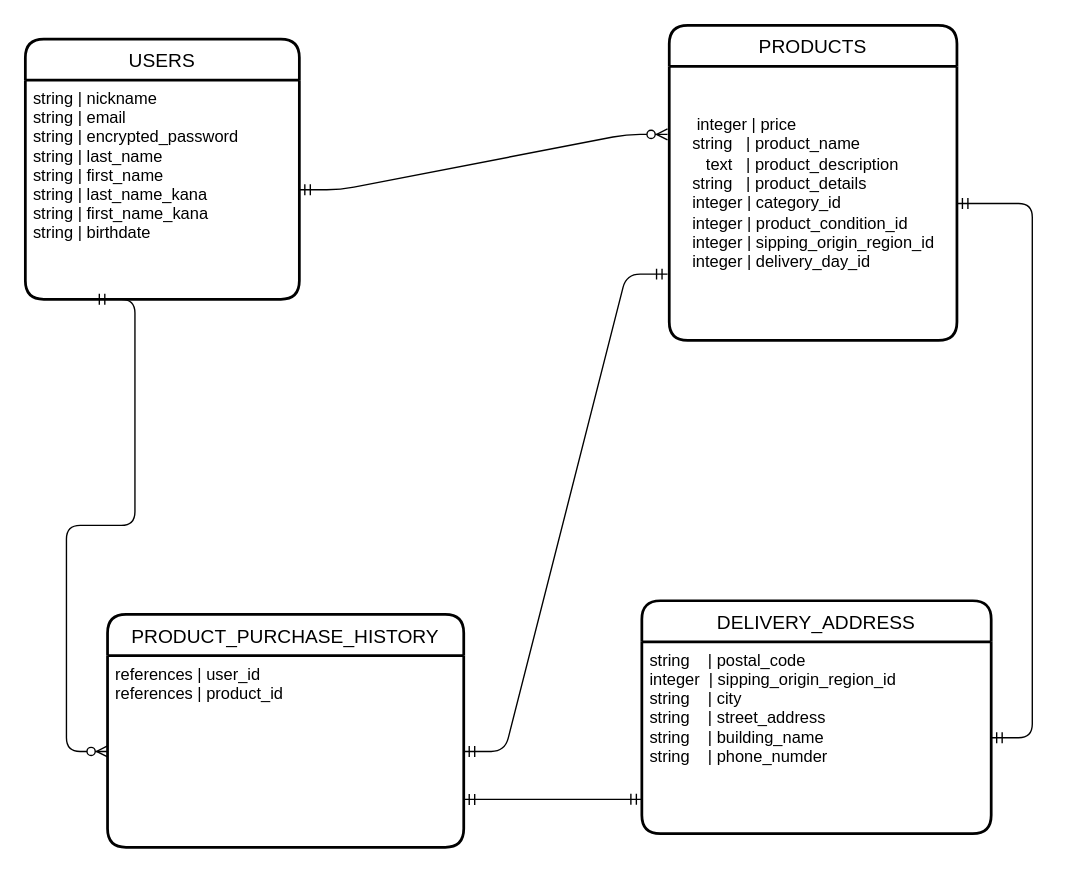
Above: フリマER図.dio in yasuhito1105/furima-41744 (draw.io), before the change. Source tidied: cells renumbered, new cells numbered last; positions are measured from the earlier drawing's top-left corner, leaving out a move shared by most shapes. Both pictures are drawn from the tidied source at 137%, with x=0, y=0 at pixel (25, 25).
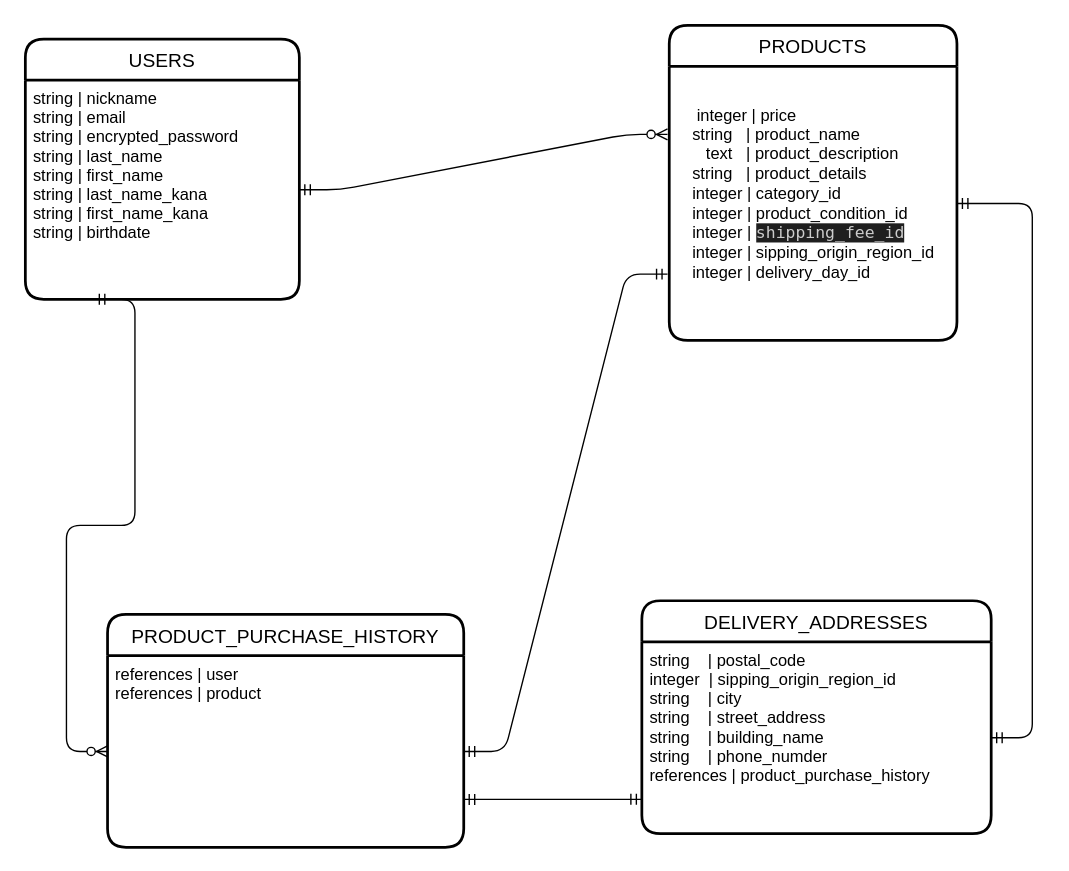
The same diagram, later.

Commit message (it also covers changes not shown here):
アソシエーションの追加とREADMEの編集改２

What changed in the source:
```diff
@@
 <mxGraphModel>
   <root>
     <mxCell id="0" />
     <mxCell id="1" parent="0" />
     <mxCell id="2" value="USERS" style="swimlane;horizontal=1;startSize=30;rounded=1;fontSize=14;fontStyle=0;strokeWidth=2;shadow=0;dashed=0;align=center;" parent="1" vertex="1">
       <mxGeometry y="10" width="200" height="190" as="geometry" />
     </mxCell>
     <mxCell id="3" value="string | nickname&#10;string | email&#10;string | encrypted_password&#10;string | last_name&#10;string | first_name&#10;string | last_name_kana&#10;string | first_name_kana&#10;string | birthdate   " style="align=left;strokeColor=none;fillColor=none;spacingLeft=4;fontSize=12;verticalAlign=top;" parent="2" vertex="1">
       <mxGeometry y="30" width="200" height="160" as="geometry" />
     </mxCell>
     <mxCell id="4" value="PRODUCT_PURCHASE_HISTORY" style="swimlane;horizontal=1;startSize=30;rounded=1;fontSize=14;fontStyle=0;strokeWidth=2;shadow=0;dashed=0;align=center;" parent="1" vertex="1">
       <mxGeometry x="60" y="430" width="260" height="170" as="geometry" />
     </mxCell>
-    <mxCell id="5" value="references | user_id&#10;references | product_id" style="align=left;strokeColor=none;fillColor=none;spacingLeft=4;fontSize=12;verticalAlign=top;" parent="4" vertex="1">
+    <mxCell id="5" value="references | user&#10;references | product" style="align=left;strokeColor=none;fillColor=none;spacingLeft=4;fontSize=12;verticalAlign=top;" parent="4" vertex="1">
       <mxGeometry y="30" width="260" height="140" as="geometry" />
     </mxCell>
-    <mxCell id="6" value="DELIVERY_ADDRESS" style="swimlane;horizontal=1;startSize=30;rounded=1;fontSize=14;fontStyle=0;strokeWidth=2;shadow=0;dashed=0;align=center;" parent="1" vertex="1">
+    <mxCell id="6" value="DELIVERY_ADDRESSES" style="swimlane;horizontal=1;startSize=30;rounded=1;fontSize=14;fontStyle=0;strokeWidth=2;shadow=0;dashed=0;align=center;" parent="1" vertex="1">
       <mxGeometry x="450" y="420" width="255" height="170" as="geometry" />
     </mxCell>
-    <mxCell id="7" value="string    | postal_code&#10;integer  | sipping_origin_region_id&#10;string    | city&#10;string    | street_address&#10;string    | building_name&#10;string    | phone_numder  " style="align=left;strokeColor=none;fillColor=none;spacingLeft=4;fontSize=12;verticalAlign=top;" parent="6" vertex="1">
+    <mxCell id="7" value="string    | postal_code&#10;integer  | sipping_origin_region_id&#10;string    | city&#10;string    | street_address&#10;string    | building_name&#10;string    | phone_numder&#10;references | product_purchase_history&#10;&#10;" style="align=left;strokeColor=none;fillColor=none;spacingLeft=4;fontSize=12;verticalAlign=top;" parent="6" vertex="1">
       <mxGeometry y="30" width="255" height="140" as="geometry" />
     </mxCell>
     <mxCell id="8" value="PRODUCTS" style="swimlane;horizontal=1;startSize=30;rounded=1;fontSize=14;fontStyle=0;strokeWidth=2;shadow=0;dashed=0;align=center;" parent="1" vertex="1">
       <mxGeometry x="470" width="210" height="230" as="geometry" />
     </mxCell>
-    <mxCell id="9" value="&lt;div style=&quot;text-align: left;&quot;&gt;&lt;span style=&quot;background-color: initial;&quot;&gt;&amp;nbsp;integer | price&lt;/span&gt;&lt;/div&gt;&lt;div style=&quot;text-align: left;&quot;&gt;&lt;span style=&quot;background-color: initial;&quot;&gt;string&amp;nbsp; &amp;nbsp;| product_name&lt;/span&gt;&lt;/div&gt;&lt;div style=&quot;text-align: left;&quot;&gt;&amp;nbsp; &amp;nbsp;text&amp;nbsp; &amp;nbsp;| product_description&lt;/div&gt;&lt;div style=&quot;text-align: left;&quot;&gt;string&amp;nbsp; &amp;nbsp;| product_details&lt;/div&gt;&lt;div style=&quot;text-align: left;&quot;&gt;integer | category_id&lt;/div&gt;&lt;div style=&quot;text-align: left;&quot;&gt;integer | product_condition_id&lt;/div&gt;&lt;div style=&quot;text-align: left;&quot;&gt;integer | sipping_origin_region_id&lt;/div&gt;&lt;div style=&quot;text-align: left;&quot;&gt;integer | delivery_day_id&lt;/div&gt;&lt;div style=&quot;text-align: left;&quot;&gt;&lt;br&gt;&lt;/div&gt;" style="text;html=1;align=center;verticalAlign=middle;points=[];strokeColor=none;fillColor=none;" parent="8" vertex="1">
+    <mxCell id="9" value="&lt;div style=&quot;text-align: left;&quot;&gt;&lt;span style=&quot;background-color: initial;&quot;&gt;&amp;nbsp;integer | price&lt;/span&gt;&lt;/div&gt;&lt;div style=&quot;text-align: left;&quot;&gt;&lt;span style=&quot;background-color: initial;&quot;&gt;string&amp;nbsp; &amp;nbsp;| product_name&lt;/span&gt;&lt;/div&gt;&lt;div style=&quot;text-align: left;&quot;&gt;&amp;nbsp; &amp;nbsp;text&amp;nbsp; &amp;nbsp;| product_description&lt;/div&gt;&lt;div style=&quot;text-align: left;&quot;&gt;string&amp;nbsp; &amp;nbsp;| product_details&lt;/div&gt;&lt;div style=&quot;text-align: left;&quot;&gt;integer | category_id&lt;/div&gt;&lt;div style=&quot;text-align: left;&quot;&gt;integer | product_condition_id&lt;/div&gt;&lt;div style=&quot;text-align: left;&quot;&gt;integer |&amp;nbsp;&lt;span style=&quot;background-color: rgb(31, 31, 31); color: rgb(204, 204, 204); font-family: Menlo, Monaco, &amp;quot;Courier New&amp;quot;, monospace; text-align: center;&quot;&gt;shipping_fee_id&lt;/span&gt;&lt;/div&gt;&lt;div style=&quot;text-align: left;&quot;&gt;integer | sipping_origin_region_id&lt;/div&gt;&lt;div style=&quot;text-align: left;&quot;&gt;integer | delivery_day_id&lt;/div&gt;&lt;div style=&quot;text-align: left;&quot;&gt;&lt;br&gt;&lt;/div&gt;" style="text;html=1;align=center;verticalAlign=middle;points=[];strokeColor=none;fillColor=none;" parent="8" vertex="1">
       <mxGeometry y="30" width="210" height="200" as="geometry" />
     </mxCell>
     <mxCell id="10" style="edgeStyle=entityRelationEdgeStyle;fontSize=12;html=1;endArrow=ERzeroToMany;startArrow=ERmandOne;entryX=-0.006;entryY=0.248;entryDx=0;entryDy=0;entryPerimeter=0;exitX=1;exitY=0.5;exitDx=0;exitDy=0;" parent="1" edge="1" source="3" target="9">
       <mxGeometry relative="1" as="geometry" />
     </mxCell>
     <mxCell id="11" style="edgeStyle=entityRelationEdgeStyle;fontSize=12;html=1;endArrow=ERzeroToMany;startArrow=ERmandOne;entryX=0;entryY=0.5;entryDx=0;entryDy=0;exitX=0.25;exitY=1;exitDx=0;exitDy=0;" parent="1" edge="1" source="3" target="5">
       <mxGeometry relative="1" as="geometry" />
     </mxCell>
     <mxCell id="12" style="edgeStyle=entityRelationEdgeStyle;fontSize=12;html=1;endArrow=ERmandOne;startArrow=ERmandOne;" parent="1" edge="1" source="7" target="9">
       <mxGeometry relative="1" as="geometry" />
     </mxCell>
     <mxCell id="13" style="edgeStyle=entityRelationEdgeStyle;fontSize=12;html=1;endArrow=ERmandOne;startArrow=ERmandOne;entryX=-0.006;entryY=0.758;entryDx=0;entryDy=0;entryPerimeter=0;" parent="1" edge="1" source="5" target="9">
       <mxGeometry relative="1" as="geometry" />
     </mxCell>
     <mxCell id="14" style="edgeStyle=entityRelationEdgeStyle;fontSize=12;html=1;endArrow=ERmandOne;startArrow=ERmandOne;exitX=1;exitY=0.75;exitDx=0;exitDy=0;entryX=0;entryY=0.821;entryDx=0;entryDy=0;entryPerimeter=0;" parent="1" edge="1" source="5" target="7">
       <mxGeometry relative="1" as="geometry" />
     </mxCell>
   </root>
 </mxGraphModel>
```
